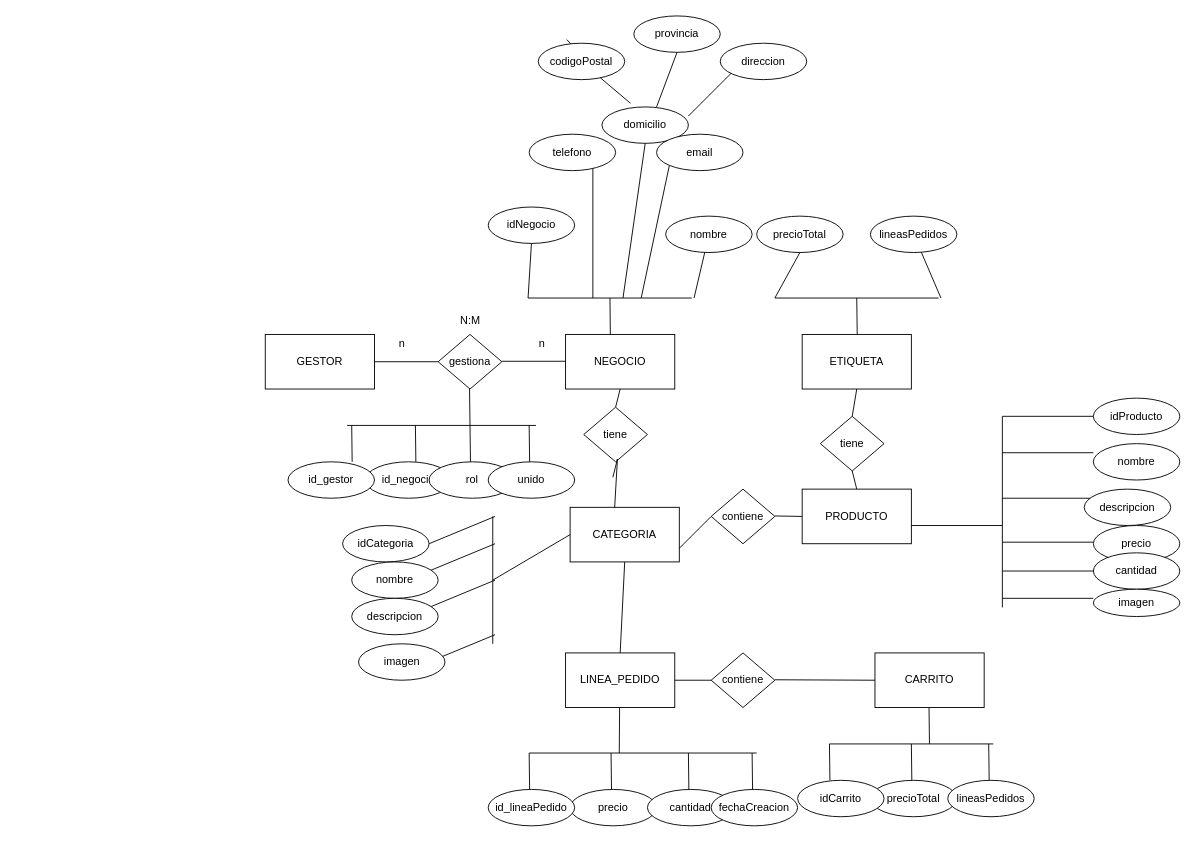
This is Diagrama sin título.drawio from bilaldev1996/BaseDeDatos, a draw.io file, before an edit. Source tidied: cells renumbered, new cells numbered last; positions are measured from the earlier drawing's top-left corner, leaving out a move shared by most shapes. Both pictures are drawn from the tidied source at 91%, with x=0, y=0 at pixel (265, 15).
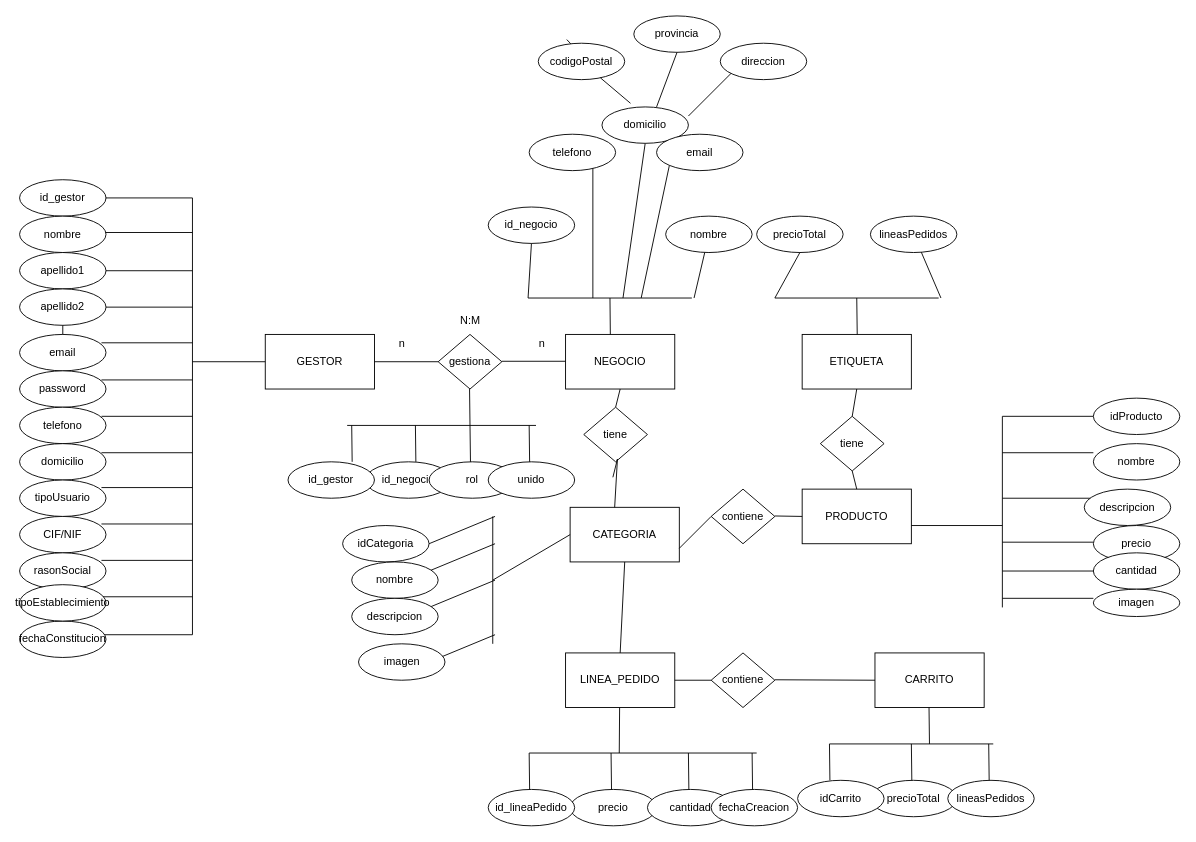
After the change.

The change refers to these unchanged cells:
```xml
<mxCell id="2" value="GESTOR" style="rounded=0;whiteSpace=wrap;html=1;" parent="1" vertex="1">
  <mxGeometry y="350" width="120" height="60" as="geometry" />
</mxCell>
```

Diff of the diagram source:
```diff
@@
-    <mxCell id="88" value="idNegocio" style="ellipse;whiteSpace=wrap;html=1;" parent="1" vertex="1">
+    <mxCell id="88" value="id_negocio" style="ellipse;whiteSpace=wrap;html=1;" parent="1" vertex="1">
       <mxGeometry x="245" y="210" width="95" height="40" as="geometry" />
     </mxCell>
@@
+    <mxCell id="106" style="endArrow=none;html=1;rounded=0;endSize=6;entryX=0;entryY=0.5;entryDx=0;entryDy=0;" parent="1" edge="1" target="2">
+      <mxGeometry relative="1" as="geometry">
+        <mxPoint x="-80" y="380" as="sourcePoint" />
+      </mxGeometry>
+    </mxCell>
+    <mxCell id="107" style="endArrow=none;html=1;rounded=0;endSize=6;" parent="1" edge="1">
+      <mxGeometry relative="1" as="geometry">
+        <mxPoint x="-80" y="680" as="sourcePoint" />
+        <mxPoint x="-80" y="200" as="targetPoint" />
+      </mxGeometry>
+    </mxCell>
+    <mxCell id="108" style="endArrow=none;html=1;rounded=0;endSize=6;" parent="1" edge="1">
+      <mxGeometry relative="1" as="geometry">
+        <mxPoint x="-180" y="200" as="sourcePoint" />
+        <mxPoint x="-80" y="200" as="targetPoint" />
+      </mxGeometry>
+    </mxCell>
+    <mxCell id="109" style="endArrow=none;html=1;rounded=0;endSize=6;" parent="1" edge="1">
+      <mxGeometry relative="1" as="geometry">
+        <mxPoint x="-180" y="238" as="sourcePoint" />
+        <mxPoint x="-80" y="238" as="targetPoint" />
+      </mxGeometry>
+    </mxCell>
+    <mxCell id="110" style="endArrow=none;html=1;rounded=0;endSize=6;" parent="1" edge="1">
+      <mxGeometry relative="1" as="geometry">
+        <mxPoint x="-180" y="280" as="sourcePoint" />
+        <mxPoint x="-80" y="280" as="targetPoint" />
+      </mxGeometry>
+    </mxCell>
+    <mxCell id="111" style="endArrow=none;html=1;rounded=0;endSize=6;" parent="1" edge="1">
+      <mxGeometry relative="1" as="geometry">
+        <mxPoint x="-180" y="320" as="sourcePoint" />
+        <mxPoint x="-80" y="320" as="targetPoint" />
+      </mxGeometry>
+    </mxCell>
+    <mxCell id="112" style="endArrow=none;html=1;rounded=0;endSize=6;" parent="1" edge="1">
+      <mxGeometry relative="1" as="geometry">
+        <mxPoint x="-180" y="359.2" as="sourcePoint" />
+        <mxPoint x="-80" y="359.2" as="targetPoint" />
+      </mxGeometry>
+    </mxCell>
+    <mxCell id="113" style="endArrow=none;html=1;rounded=0;endSize=6;" parent="1" edge="1">
+      <mxGeometry relative="1" as="geometry">
+        <mxPoint x="-180" y="400" as="sourcePoint" />
+        <mxPoint x="-80" y="400" as="targetPoint" />
+      </mxGeometry>
+    </mxCell>
+    <mxCell id="114" style="endArrow=none;html=1;rounded=0;endSize=6;" parent="1" edge="1">
+      <mxGeometry relative="1" as="geometry">
+        <mxPoint x="-180" y="440" as="sourcePoint" />
+        <mxPoint x="-80" y="440" as="targetPoint" />
+      </mxGeometry>
+    </mxCell>
+    <mxCell id="115" style="endArrow=none;html=1;rounded=0;endSize=6;" parent="1" edge="1">
+      <mxGeometry relative="1" as="geometry">
+        <mxPoint x="-180" y="480" as="sourcePoint" />
+        <mxPoint x="-80" y="480" as="targetPoint" />
+      </mxGeometry>
+    </mxCell>
+    <mxCell id="116" style="endArrow=none;html=1;rounded=0;endSize=6;" parent="1" edge="1">
+      <mxGeometry relative="1" as="geometry">
+        <mxPoint x="-180" y="518.3" as="sourcePoint" />
+        <mxPoint x="-80" y="518.3" as="targetPoint" />
+      </mxGeometry>
+    </mxCell>
+    <mxCell id="117" style="endArrow=none;html=1;rounded=0;endSize=6;" parent="1" edge="1">
+      <mxGeometry relative="1" as="geometry">
+        <mxPoint x="-180" y="558.3" as="sourcePoint" />
+        <mxPoint x="-80" y="558.3" as="targetPoint" />
+      </mxGeometry>
+    </mxCell>
+    <mxCell id="118" style="endArrow=none;html=1;rounded=0;endSize=6;" parent="1" edge="1">
+      <mxGeometry relative="1" as="geometry">
+        <mxPoint x="-180" y="598.3" as="sourcePoint" />
+        <mxPoint x="-80" y="598.3" as="targetPoint" />
+      </mxGeometry>
+    </mxCell>
+    <mxCell id="119" style="endArrow=none;html=1;rounded=0;endSize=6;" parent="1" edge="1">
+      <mxGeometry relative="1" as="geometry">
+        <mxPoint x="-180" y="638.3" as="sourcePoint" />
+        <mxPoint x="-80" y="638.3" as="targetPoint" />
+      </mxGeometry>
+    </mxCell>
+    <mxCell id="120" style="endArrow=none;html=1;rounded=0;endSize=6;" parent="1" edge="1">
+      <mxGeometry relative="1" as="geometry">
+        <mxPoint x="-180" y="680" as="sourcePoint" />
+        <mxPoint x="-80" y="680" as="targetPoint" />
+      </mxGeometry>
+    </mxCell>
+    <mxCell id="121" value="id_gestor" style="ellipse;whiteSpace=wrap;html=1;" parent="1" vertex="1">
+      <mxGeometry x="-270" y="180" width="95" height="40" as="geometry" />
+    </mxCell>
+    <mxCell id="122" value="nombre" style="ellipse;whiteSpace=wrap;html=1;" parent="1" vertex="1">
+      <mxGeometry x="-270" y="220" width="95" height="40" as="geometry" />
+    </mxCell>
+    <mxCell id="123" style="edgeStyle=orthogonalEdgeStyle;rounded=0;jettySize=auto;html=1;endSize=6;" parent="1" edge="1" source="124" target="127">
+      <mxGeometry relative="1" as="geometry" />
+    </mxCell>
+    <mxCell id="124" value="apellido1" style="ellipse;whiteSpace=wrap;html=1;" parent="1" vertex="1">
+      <mxGeometry x="-270" y="260" width="95" height="40" as="geometry" />
+    </mxCell>
+    <mxCell id="125" value="apellido2" style="ellipse;whiteSpace=wrap;html=1;" parent="1" vertex="1">
+      <mxGeometry x="-270" y="300" width="95" height="40" as="geometry" />
+    </mxCell>
+    <mxCell id="126" value="email" style="ellipse;whiteSpace=wrap;html=1;" parent="1" vertex="1">
+      <mxGeometry x="-270" y="350" width="95" height="40" as="geometry" />
+    </mxCell>
+    <mxCell id="127" value="password" style="ellipse;whiteSpace=wrap;html=1;" parent="1" vertex="1">
+      <mxGeometry x="-270" y="390" width="95" height="40" as="geometry" />
+    </mxCell>
+    <mxCell id="128" value="telefono" style="ellipse;whiteSpace=wrap;html=1;" parent="1" vertex="1">
+      <mxGeometry x="-270" y="430" width="95" height="40" as="geometry" />
+    </mxCell>
+    <mxCell id="129" value="domicilio" style="ellipse;whiteSpace=wrap;html=1;" parent="1" vertex="1">
+      <mxGeometry x="-270" y="470" width="95" height="40" as="geometry" />
+    </mxCell>
+    <mxCell id="130" value="CIF/NIF" style="ellipse;whiteSpace=wrap;html=1;" parent="1" vertex="1">
+      <mxGeometry x="-270" y="550" width="95" height="40" as="geometry" />
+    </mxCell>
+    <mxCell id="131" value="tipoUsuario" style="ellipse;whiteSpace=wrap;html=1;" parent="1" vertex="1">
+      <mxGeometry x="-270" y="510" width="95" height="40" as="geometry" />
+    </mxCell>
+    <mxCell id="132" value="rasonSocial" style="ellipse;whiteSpace=wrap;html=1;" parent="1" vertex="1">
+      <mxGeometry x="-270" y="590" width="95" height="40" as="geometry" />
+    </mxCell>
+    <mxCell id="133" value="fechaConstitucion" style="ellipse;whiteSpace=wrap;html=1;" parent="1" vertex="1">
+      <mxGeometry x="-270" y="665" width="95" height="40" as="geometry" />
+    </mxCell>
+    <mxCell id="134" value="tipoEstablecimiento" style="ellipse;whiteSpace=wrap;html=1;" parent="1" vertex="1">
+      <mxGeometry x="-270" y="625" width="95" height="40" as="geometry" />
+    </mxCell>
```
